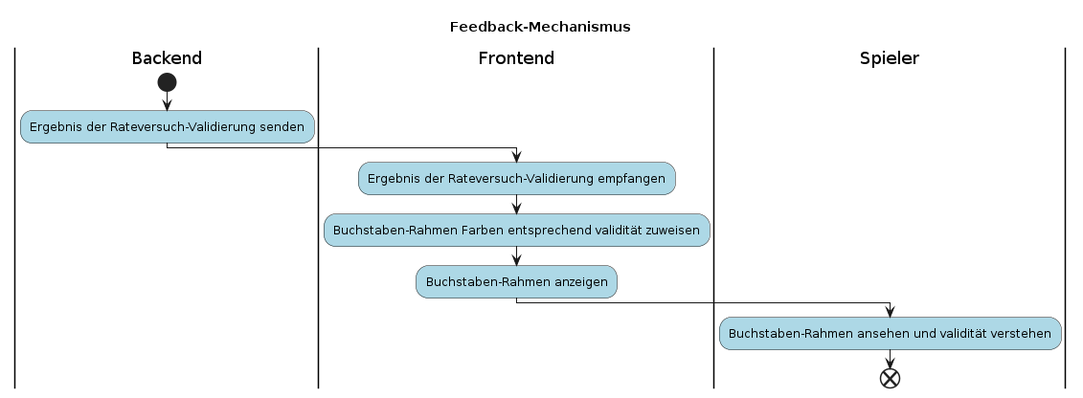
wordle-time/wordle-time keeps this PlantUML diagram as docs/requirements/F002/F002_act.png. Above is the earlier version.
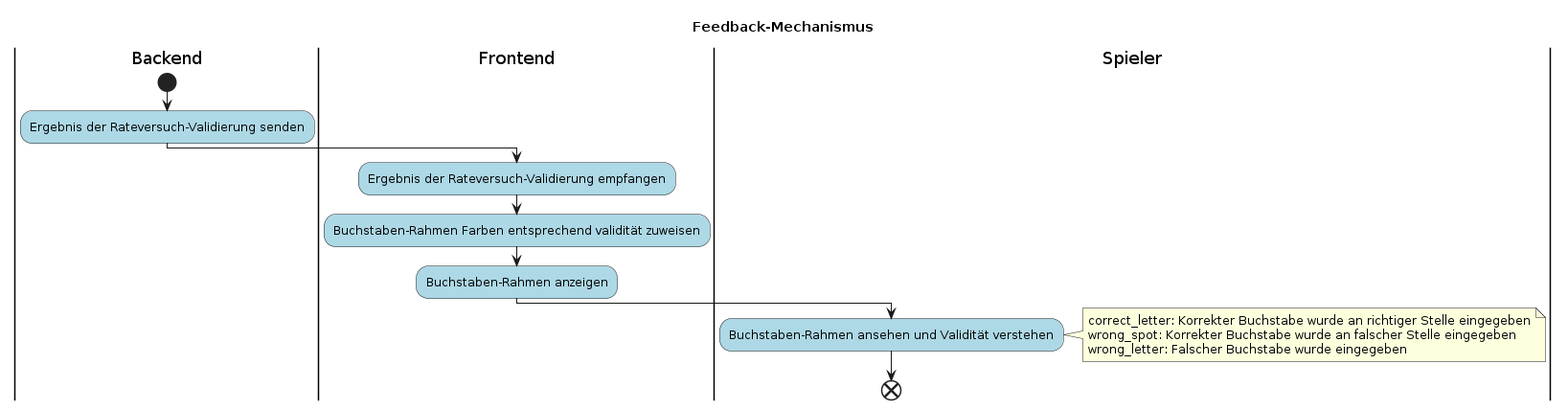
Above is the later version.

Diff of the diagram source:
```diff
@@ -14,7 +14,12 @@
 :Buchstaben-Rahmen Farben entsprechend validität zuweisen;
 :Buchstaben-Rahmen anzeigen;
 |Spieler|
-:Buchstaben-Rahmen ansehen und validität verstehen;
+:Buchstaben-Rahmen ansehen und Validität verstehen;
+note right
+    correct_letter: Korrekter Buchstabe wurde an richtiger Stelle eingegeben
+    wrong_spot: Korrekter Buchstabe wurde an falscher Stelle eingegeben
+    wrong_letter: Falscher Buchstabe wurde eingegeben
+end note
 end
 
 @enduml
```
